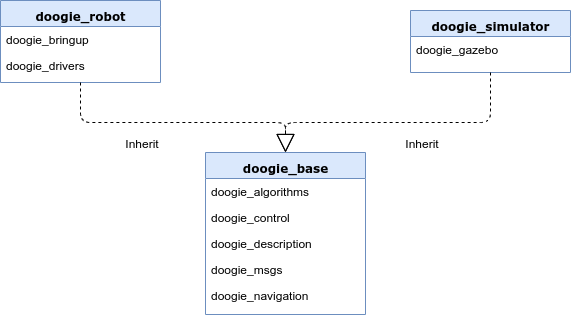
This is images/doogie_packages_inheritance.png from Brazilian-Institute-of-Robotics/doogie, a draw.io export, as it was before one commit. Source tidied: cells renumbered, new cells last; positions are measured from the earlier drawing's top-left corner, leaving out a move shared by most shapes. The source it was exported from:
```xml
<mxGraphModel background="#ffffff">
  <root>
    <mxCell id="0" />
    <mxCell id="1" parent="0" />
    <mxCell id="2" value="doogie_robot" style="swimlane;html=1;fontStyle=1;align=center;verticalAlign=top;horizontal=1;startSize=26;swimlaneFillColor=#ffffff;rounded=0;shadow=0;comic=0;labelBackgroundColor=none;strokeWidth=1;fillColor=#dae8fc;fontFamily=Verdana;fontSize=12;strokeColor=#6c8ebf;" parent="1" vertex="1">
      <mxGeometry width="160" height="82" as="geometry" />
    </mxCell>
    <mxCell id="3" value="doogie_bringup" style="text;strokeColor=none;fillColor=none;align=left;verticalAlign=top;spacingLeft=4;spacingRight=4;overflow=hidden;" parent="2" vertex="1">
      <mxGeometry y="26" width="160" height="26" as="geometry" />
    </mxCell>
    <mxCell id="4" value="doogie_drivers" style="text;strokeColor=none;fillColor=none;align=left;verticalAlign=top;spacingLeft=4;spacingRight=4;overflow=hidden;" parent="2" vertex="1">
      <mxGeometry y="52" width="160" height="26" as="geometry" />
    </mxCell>
    <mxCell id="5" value="doogie_base" style="swimlane;html=1;fontStyle=1;align=center;verticalAlign=top;horizontal=1;startSize=26;swimlaneFillColor=#ffffff;rounded=0;shadow=0;comic=0;labelBackgroundColor=none;strokeWidth=1;fillColor=#dae8fc;fontFamily=Verdana;fontSize=12;strokeColor=#6c8ebf;" parent="1" vertex="1">
      <mxGeometry x="205" y="152" width="160" height="162" as="geometry" />
    </mxCell>
    <mxCell id="6" value="doogie_algorithms" style="text;strokeColor=none;fillColor=none;align=left;verticalAlign=top;spacingLeft=4;spacingRight=4;overflow=hidden;" parent="5" vertex="1">
      <mxGeometry y="26" width="160" height="26" as="geometry" />
    </mxCell>
    <mxCell id="7" value="doogie_control" style="text;strokeColor=none;fillColor=none;align=left;verticalAlign=top;spacingLeft=4;spacingRight=4;overflow=hidden;" parent="5" vertex="1">
      <mxGeometry y="52" width="160" height="26" as="geometry" />
    </mxCell>
    <mxCell id="8" value="doogie_description" style="text;strokeColor=none;fillColor=none;align=left;verticalAlign=top;spacingLeft=4;spacingRight=4;overflow=hidden;" parent="5" vertex="1">
      <mxGeometry y="78" width="160" height="26" as="geometry" />
    </mxCell>
    <mxCell id="9" value="doogie_msgs" style="text;strokeColor=none;fillColor=none;align=left;verticalAlign=top;spacingLeft=4;spacingRight=4;overflow=hidden;" parent="5" vertex="1">
      <mxGeometry y="104" width="160" height="26" as="geometry" />
    </mxCell>
    <mxCell id="10" value="doogie_navigation" style="text;strokeColor=none;fillColor=none;align=left;verticalAlign=top;spacingLeft=4;spacingRight=4;overflow=hidden;" parent="5" vertex="1">
      <mxGeometry y="130" width="160" height="26" as="geometry" />
    </mxCell>
    <mxCell id="11" style="edgeStyle=elbowEdgeStyle;html=1;labelBackgroundColor=none;startFill=0;startSize=8;endArrow=block;endFill=0;endSize=16;fontFamily=Verdana;fontSize=12;elbow=vertical;verticalAlign=middle;labelPosition=right;verticalLabelPosition=middle;align=left;entryX=0.5;entryY=0;entryDx=0;entryDy=0;dashed=1;" parent="1" edge="1" source="2" target="5">
      <mxGeometry relative="1" as="geometry">
        <Array as="points">
          <mxPoint x="182" y="122" />
          <mxPoint x="232" y="102" />
          <mxPoint x="200" y="180" />
          <mxPoint x="250" y="180" />
          <mxPoint x="350" y="200" />
        </Array>
      </mxGeometry>
    </mxCell>
    <mxCell id="12" value="doogie_simulator" style="swimlane;html=1;fontStyle=1;align=center;verticalAlign=top;horizontal=1;startSize=26;swimlaneFillColor=#ffffff;rounded=0;shadow=0;comic=0;labelBackgroundColor=none;strokeWidth=1;fillColor=#dae8fc;fontFamily=Verdana;fontSize=12;strokeColor=#6c8ebf;" parent="1" vertex="1">
      <mxGeometry x="410" y="10" width="160" height="62" as="geometry" />
    </mxCell>
    <mxCell id="13" value="doogie_gazebo" style="text;strokeColor=none;fillColor=none;align=left;verticalAlign=top;spacingLeft=4;spacingRight=4;overflow=hidden;" parent="12" vertex="1">
      <mxGeometry y="26" width="160" height="24" as="geometry" />
    </mxCell>
    <mxCell id="14" style="edgeStyle=elbowEdgeStyle;html=1;labelBackgroundColor=none;startFill=0;startSize=8;endArrow=block;endFill=0;endSize=16;fontFamily=Verdana;fontSize=12;elbow=vertical;jumpSize=6;strokeWidth=1;jumpStyle=none;spacing=2;spacingBottom=1;verticalAlign=middle;labelPosition=right;verticalLabelPosition=middle;align=left;entryX=0.5;entryY=0;entryDx=0;entryDy=0;dashed=1;exitX=0.5;exitY=1;exitDx=0;exitDy=0;" parent="1" edge="1" source="12" target="5">
      <mxGeometry relative="1" as="geometry">
        <Array as="points">
          <mxPoint x="422" y="122" />
          <mxPoint x="302" y="102" />
          <mxPoint x="320" y="180" />
          <mxPoint x="300" y="200" />
          <mxPoint x="300" y="200" />
          <mxPoint x="300" y="200" />
          <mxPoint x="300" y="240" />
          <mxPoint x="350" y="200" />
          <mxPoint x="380" y="200" />
          <mxPoint x="350" y="200" />
          <mxPoint x="340" y="200" />
          <mxPoint x="350" y="230" />
          <mxPoint x="420" y="200" />
        </Array>
      </mxGeometry>
    </mxCell>
    <mxCell id="15" value="Inherit" style="text;html=1;strokeColor=none;fillColor=none;align=center;verticalAlign=middle;whiteSpace=wrap;rounded=0;fontSize=12;" parent="1" vertex="1">
      <mxGeometry x="122" y="132" width="40" height="20" as="geometry" />
    </mxCell>
    <mxCell id="16" value="Inherit" style="text;html=1;strokeColor=none;fillColor=none;align=center;verticalAlign=middle;whiteSpace=wrap;rounded=0;fontSize=12;" parent="1" vertex="1">
      <mxGeometry x="402" y="132" width="40" height="20" as="geometry" />
    </mxCell>
  </root>
</mxGraphModel>
```
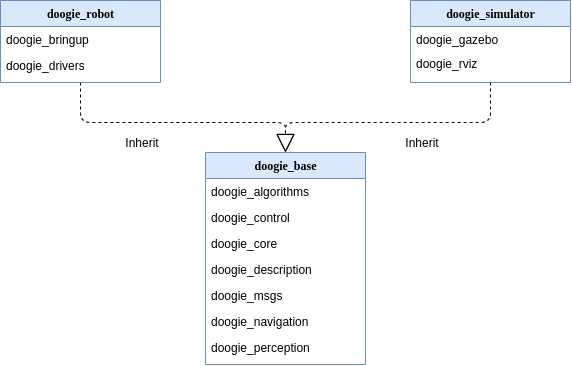
Above is the later version.

Change to the diagram source:
```diff
@@ -2,74 +2,83 @@
   <root>
     <mxCell id="0" />
     <mxCell id="1" parent="0" />
-    <mxCell id="2" value="doogie_robot" style="swimlane;html=1;fontStyle=1;align=center;verticalAlign=top;horizontal=1;startSize=26;swimlaneFillColor=#ffffff;rounded=0;shadow=0;comic=0;labelBackgroundColor=none;strokeWidth=1;fillColor=#dae8fc;fontFamily=Verdana;fontSize=12;strokeColor=#6c8ebf;" parent="1" vertex="1">
-      <mxGeometry width="160" height="82" as="geometry" />
+    <mxCell id="2" value="doogie_base" style="swimlane;html=1;fontStyle=1;align=center;verticalAlign=top;horizontal=1;startSize=26;swimlaneFillColor=#ffffff;rounded=0;shadow=0;comic=0;labelBackgroundColor=none;strokeWidth=1;fillColor=#dae8fc;fontFamily=Verdana;fontSize=12;strokeColor=#6c8ebf;" parent="1" vertex="1">
+      <mxGeometry x="205" y="-306" width="160" height="212" as="geometry" />
     </mxCell>
-    <mxCell id="3" value="doogie_bringup" style="text;strokeColor=none;fillColor=none;align=left;verticalAlign=top;spacingLeft=4;spacingRight=4;overflow=hidden;" parent="2" vertex="1">
+    <mxCell id="3" value="doogie_algorithms" style="text;strokeColor=none;fillColor=none;align=left;verticalAlign=top;spacingLeft=4;spacingRight=4;overflow=hidden;" parent="2" vertex="1">
       <mxGeometry y="26" width="160" height="26" as="geometry" />
     </mxCell>
-    <mxCell id="4" value="doogie_drivers" style="text;strokeColor=none;fillColor=none;align=left;verticalAlign=top;spacingLeft=4;spacingRight=4;overflow=hidden;" parent="2" vertex="1">
+    <mxCell id="4" value="doogie_control" style="text;strokeColor=none;fillColor=none;align=left;verticalAlign=top;spacingLeft=4;spacingRight=4;overflow=hidden;" parent="2" vertex="1">
       <mxGeometry y="52" width="160" height="26" as="geometry" />
     </mxCell>
-    <mxCell id="5" value="doogie_base" style="swimlane;html=1;fontStyle=1;align=center;verticalAlign=top;horizontal=1;startSize=26;swimlaneFillColor=#ffffff;rounded=0;shadow=0;comic=0;labelBackgroundColor=none;strokeWidth=1;fillColor=#dae8fc;fontFamily=Verdana;fontSize=12;strokeColor=#6c8ebf;" parent="1" vertex="1">
-      <mxGeometry x="205" y="152" width="160" height="162" as="geometry" />
+    <mxCell id="5" value="doogie_core" style="text;strokeColor=none;fillColor=none;align=left;verticalAlign=top;spacingLeft=4;spacingRight=4;overflow=hidden;points=[[0,0.5],[1,0.5]];portConstraint=eastwest;" parent="2" vertex="1">
+      <mxGeometry y="78" width="160" height="26" as="geometry" />
     </mxCell>
-    <mxCell id="6" value="doogie_algorithms" style="text;strokeColor=none;fillColor=none;align=left;verticalAlign=top;spacingLeft=4;spacingRight=4;overflow=hidden;" parent="5" vertex="1">
-      <mxGeometry y="26" width="160" height="26" as="geometry" />
+    <mxCell id="6" value="doogie_description" style="text;strokeColor=none;fillColor=none;align=left;verticalAlign=top;spacingLeft=4;spacingRight=4;overflow=hidden;" parent="2" vertex="1">
+      <mxGeometry y="104" width="160" height="26" as="geometry" />
     </mxCell>
-    <mxCell id="7" value="doogie_control" style="text;strokeColor=none;fillColor=none;align=left;verticalAlign=top;spacingLeft=4;spacingRight=4;overflow=hidden;" parent="5" vertex="1">
-      <mxGeometry y="52" width="160" height="26" as="geometry" />
+    <mxCell id="7" value="doogie_msgs" style="text;strokeColor=none;fillColor=none;align=left;verticalAlign=top;spacingLeft=4;spacingRight=4;overflow=hidden;" parent="2" vertex="1">
+      <mxGeometry y="130" width="160" height="26" as="geometry" />
     </mxCell>
-    <mxCell id="8" value="doogie_description" style="text;strokeColor=none;fillColor=none;align=left;verticalAlign=top;spacingLeft=4;spacingRight=4;overflow=hidden;" parent="5" vertex="1">
-      <mxGeometry y="78" width="160" height="26" as="geometry" />
+    <mxCell id="8" value="doogie_navigation" style="text;strokeColor=none;fillColor=none;align=left;verticalAlign=top;spacingLeft=4;spacingRight=4;overflow=hidden;" parent="2" vertex="1">
+      <mxGeometry y="156" width="160" height="26" as="geometry" />
     </mxCell>
-    <mxCell id="9" value="doogie_msgs" style="text;strokeColor=none;fillColor=none;align=left;verticalAlign=top;spacingLeft=4;spacingRight=4;overflow=hidden;" parent="5" vertex="1">
-      <mxGeometry y="104" width="160" height="26" as="geometry" />
+    <mxCell id="9" value="doogie_perception" style="text;strokeColor=none;fillColor=none;align=left;verticalAlign=top;spacingLeft=4;spacingRight=4;overflow=hidden;" parent="2" vertex="1">
+      <mxGeometry y="182" width="160" height="26" as="geometry" />
     </mxCell>
-    <mxCell id="10" value="doogie_navigation" style="text;strokeColor=none;fillColor=none;align=left;verticalAlign=top;spacingLeft=4;spacingRight=4;overflow=hidden;" parent="5" vertex="1">
-      <mxGeometry y="130" width="160" height="26" as="geometry" />
+    <mxCell id="10" style="edgeStyle=elbowEdgeStyle;html=1;labelBackgroundColor=none;startFill=0;startSize=8;endArrow=block;endFill=0;endSize=16;fontFamily=Verdana;fontSize=12;elbow=vertical;verticalAlign=middle;labelPosition=right;verticalLabelPosition=middle;align=left;entryX=0.5;entryY=0;entryDx=0;entryDy=0;dashed=1;" parent="1" edge="1" source="14" target="2">
+      <mxGeometry relative="1" as="geometry">
+        <Array as="points">
+          <mxPoint x="182" y="-336" />
+          <mxPoint x="232" y="-356" />
+          <mxPoint x="200" y="-278" />
+          <mxPoint x="250" y="-278" />
+          <mxPoint x="350" y="-258" />
+        </Array>
+      </mxGeometry>
     </mxCell>
-    <mxCell id="11" style="edgeStyle=elbowEdgeStyle;html=1;labelBackgroundColor=none;startFill=0;startSize=8;endArrow=block;endFill=0;endSize=16;fontFamily=Verdana;fontSize=12;elbow=vertical;verticalAlign=middle;labelPosition=right;verticalLabelPosition=middle;align=left;entryX=0.5;entryY=0;entryDx=0;entryDy=0;dashed=1;" parent="1" edge="1" source="2" target="5">
+    <mxCell id="11" style="edgeStyle=elbowEdgeStyle;html=1;labelBackgroundColor=none;startFill=0;startSize=8;endArrow=block;endFill=0;endSize=16;fontFamily=Verdana;fontSize=12;elbow=vertical;jumpSize=6;strokeWidth=1;jumpStyle=none;spacing=2;spacingBottom=1;verticalAlign=middle;labelPosition=right;verticalLabelPosition=middle;align=left;entryX=0.5;entryY=0;entryDx=0;entryDy=0;dashed=1;exitX=0.5;exitY=1;exitDx=0;exitDy=0;" parent="1" edge="1" source="17" target="2">
       <mxGeometry relative="1" as="geometry">
         <Array as="points">
-          <mxPoint x="182" y="122" />
-          <mxPoint x="232" y="102" />
-          <mxPoint x="200" y="180" />
-          <mxPoint x="250" y="180" />
-          <mxPoint x="350" y="200" />
+          <mxPoint x="422" y="-336" />
+          <mxPoint x="302" y="-356" />
+          <mxPoint x="320" y="-278" />
+          <mxPoint x="300" y="-258" />
+          <mxPoint x="300" y="-258" />
+          <mxPoint x="300" y="-258" />
+          <mxPoint x="300" y="-218" />
+          <mxPoint x="350" y="-258" />
+          <mxPoint x="380" y="-258" />
+          <mxPoint x="350" y="-258" />
+          <mxPoint x="340" y="-258" />
+          <mxPoint x="350" y="-228" />
+          <mxPoint x="420" y="-258" />
         </Array>
       </mxGeometry>
     </mxCell>
-    <mxCell id="12" value="doogie_simulator" style="swimlane;html=1;fontStyle=1;align=center;verticalAlign=top;horizontal=1;startSize=26;swimlaneFillColor=#ffffff;rounded=0;shadow=0;comic=0;labelBackgroundColor=none;strokeWidth=1;fillColor=#dae8fc;fontFamily=Verdana;fontSize=12;strokeColor=#6c8ebf;" parent="1" vertex="1">
-      <mxGeometry x="410" y="10" width="160" height="62" as="geometry" />
+    <mxCell id="12" value="Inherit" style="text;html=1;strokeColor=none;fillColor=none;align=center;verticalAlign=middle;whiteSpace=wrap;rounded=0;fontSize=12;" parent="1" vertex="1">
+      <mxGeometry x="122" y="-326" width="40" height="20" as="geometry" />
     </mxCell>
-    <mxCell id="13" value="doogie_gazebo" style="text;strokeColor=none;fillColor=none;align=left;verticalAlign=top;spacingLeft=4;spacingRight=4;overflow=hidden;" parent="12" vertex="1">
-      <mxGeometry y="26" width="160" height="24" as="geometry" />
+    <mxCell id="13" value="Inherit" style="text;html=1;strokeColor=none;fillColor=none;align=center;verticalAlign=middle;whiteSpace=wrap;rounded=0;fontSize=12;" parent="1" vertex="1">
+      <mxGeometry x="402" y="-326" width="40" height="20" as="geometry" />
     </mxCell>
-    <mxCell id="14" style="edgeStyle=elbowEdgeStyle;html=1;labelBackgroundColor=none;startFill=0;startSize=8;endArrow=block;endFill=0;endSize=16;fontFamily=Verdana;fontSize=12;elbow=vertical;jumpSize=6;strokeWidth=1;jumpStyle=none;spacing=2;spacingBottom=1;verticalAlign=middle;labelPosition=right;verticalLabelPosition=middle;align=left;entryX=0.5;entryY=0;entryDx=0;entryDy=0;dashed=1;exitX=0.5;exitY=1;exitDx=0;exitDy=0;" parent="1" edge="1" source="12" target="5">
-      <mxGeometry relative="1" as="geometry">
-        <Array as="points">
-          <mxPoint x="422" y="122" />
-          <mxPoint x="302" y="102" />
-          <mxPoint x="320" y="180" />
-          <mxPoint x="300" y="200" />
-          <mxPoint x="300" y="200" />
-          <mxPoint x="300" y="200" />
-          <mxPoint x="300" y="240" />
-          <mxPoint x="350" y="200" />
-          <mxPoint x="380" y="200" />
-          <mxPoint x="350" y="200" />
-          <mxPoint x="340" y="200" />
-          <mxPoint x="350" y="230" />
-          <mxPoint x="420" y="200" />
-        </Array>
-      </mxGeometry>
+    <mxCell id="14" value="doogie_robot" style="swimlane;html=1;fontStyle=1;align=center;verticalAlign=top;horizontal=1;startSize=26;swimlaneFillColor=#ffffff;rounded=0;shadow=0;comic=0;labelBackgroundColor=none;strokeWidth=1;fillColor=#dae8fc;fontFamily=Verdana;fontSize=12;strokeColor=#6c8ebf;" parent="1" vertex="1">
+      <mxGeometry y="-458" width="160" height="82" as="geometry" />
     </mxCell>
-    <mxCell id="15" value="Inherit" style="text;html=1;strokeColor=none;fillColor=none;align=center;verticalAlign=middle;whiteSpace=wrap;rounded=0;fontSize=12;" parent="1" vertex="1">
-      <mxGeometry x="122" y="132" width="40" height="20" as="geometry" />
+    <mxCell id="15" value="doogie_bringup" style="text;strokeColor=none;fillColor=none;align=left;verticalAlign=top;spacingLeft=4;spacingRight=4;overflow=hidden;" parent="14" vertex="1">
+      <mxGeometry y="26" width="160" height="26" as="geometry" />
     </mxCell>
-    <mxCell id="16" value="Inherit" style="text;html=1;strokeColor=none;fillColor=none;align=center;verticalAlign=middle;whiteSpace=wrap;rounded=0;fontSize=12;" parent="1" vertex="1">
-      <mxGeometry x="402" y="132" width="40" height="20" as="geometry" />
+    <mxCell id="16" value="doogie_drivers" style="text;strokeColor=none;fillColor=none;align=left;verticalAlign=top;spacingLeft=4;spacingRight=4;overflow=hidden;" parent="14" vertex="1">
+      <mxGeometry y="52" width="160" height="26" as="geometry" />
     </mxCell>
+    <mxCell id="17" value="doogie_simulator" style="swimlane;html=1;fontStyle=1;align=center;verticalAlign=top;horizontal=1;startSize=26;swimlaneFillColor=#ffffff;rounded=0;shadow=0;comic=0;labelBackgroundColor=none;strokeWidth=1;fillColor=#dae8fc;fontFamily=Verdana;fontSize=12;strokeColor=#6c8ebf;" parent="1" vertex="1">
+      <mxGeometry x="410" y="-458" width="160" height="82" as="geometry" />
+    </mxCell>
+    <mxCell id="18" value="doogie_gazebo" style="text;strokeColor=none;fillColor=none;align=left;verticalAlign=top;spacingLeft=4;spacingRight=4;overflow=hidden;" parent="17" vertex="1">
+      <mxGeometry y="26" width="160" height="24" as="geometry" />
+    </mxCell>
+    <mxCell id="19" value="doogie_rviz" style="text;strokeColor=none;fillColor=none;align=left;verticalAlign=top;spacingLeft=4;spacingRight=4;overflow=hidden;" parent="17" vertex="1">
+      <mxGeometry y="50" width="160" height="24" as="geometry" />
+    </mxCell>
   </root>
 </mxGraphModel>
```
